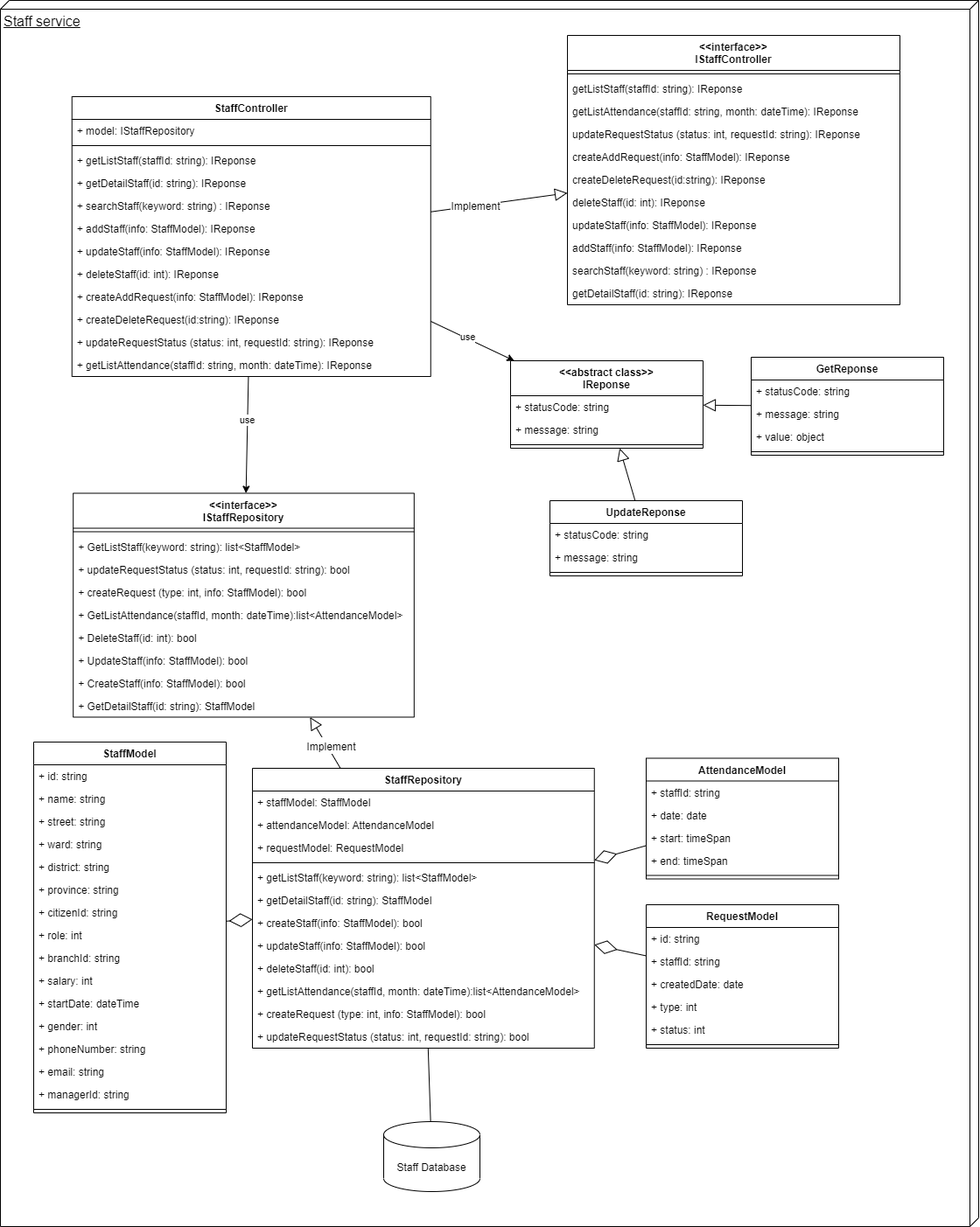
The draw.io diagram img/Architecture/service/StaffService.png in hienbui-iwrp/DACN_report, before a commit. Source tidied: cells renumbered, new cells last; positions are measured from the earlier drawing's top-left corner, leaving out a move shared by most shapes.
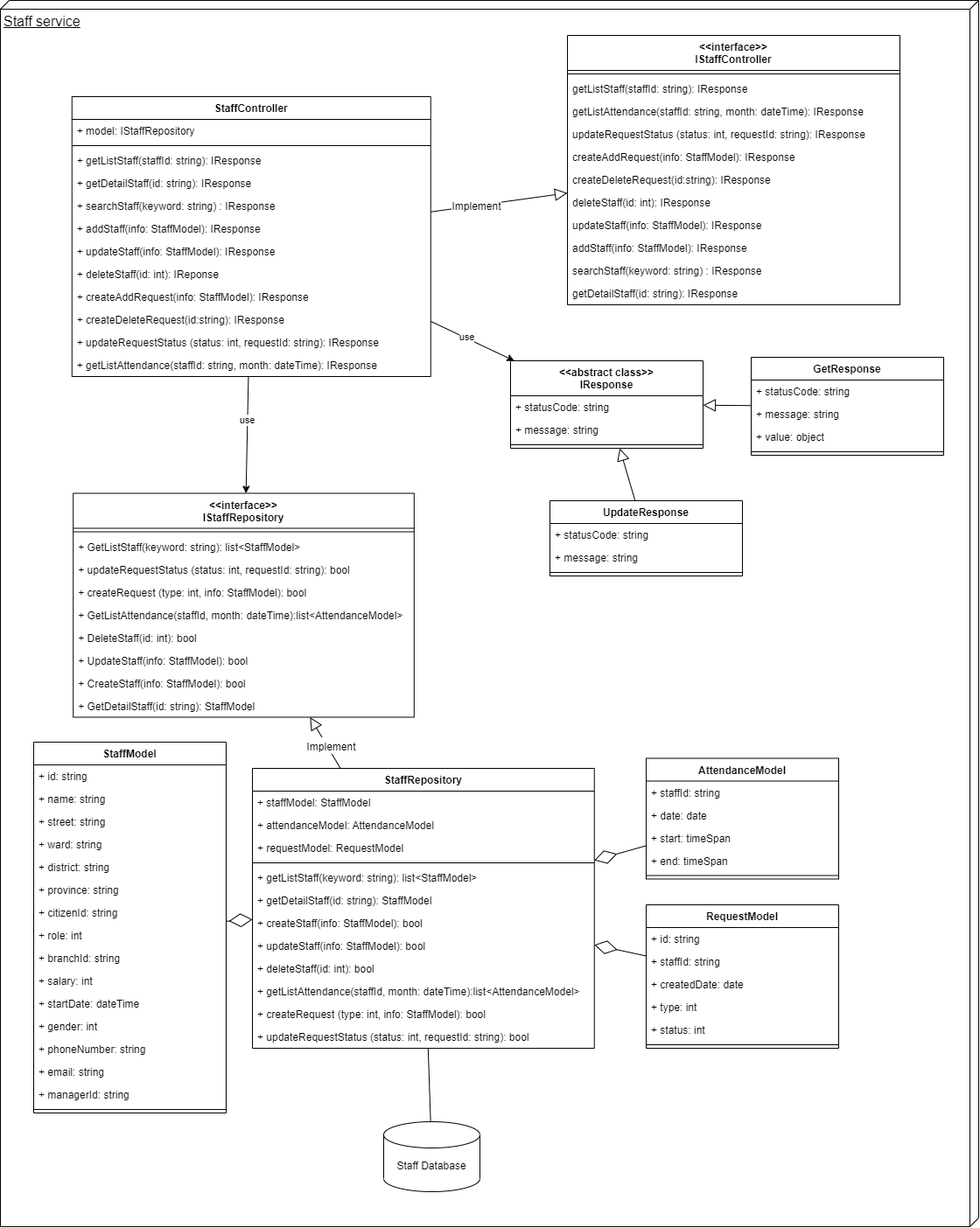
After the commit.

Commit message:
SAMPLE branch service

The edit, as a diff of the source:
```diff
@@ -26,34 +26,34 @@
     <mxCell id="9" style="line;strokeWidth=1;fillColor=none;align=left;verticalAlign=middle;spacingTop=-1;spacingLeft=3;spacingRight=3;labelPosition=right;strokeColor=inherit;" parent="7" vertex="1">
       <mxGeometry y="52" width="410" height="8" as="geometry" />
     </mxCell>
-    <mxCell id="10" value="+ getListStaff(staffId: string): IReponse" style="text;strokeColor=none;fillColor=none;align=left;verticalAlign=top;spacingLeft=4;spacingRight=4;overflow=hidden;" parent="7" vertex="1">
+    <mxCell id="10" value="+ getListStaff(staffId: string): IResponse" style="text;strokeColor=none;fillColor=none;align=left;verticalAlign=top;spacingLeft=4;spacingRight=4;overflow=hidden;" parent="7" vertex="1">
       <mxGeometry y="60" width="410" height="26" as="geometry" />
     </mxCell>
-    <mxCell id="11" value="+ getDetailStaff(id: string): IReponse" style="text;strokeColor=none;fillColor=none;align=left;verticalAlign=top;spacingLeft=4;spacingRight=4;overflow=hidden;" parent="7" vertex="1">
+    <mxCell id="11" value="+ getDetailStaff(id: string): IResponse" style="text;strokeColor=none;fillColor=none;align=left;verticalAlign=top;spacingLeft=4;spacingRight=4;overflow=hidden;" parent="7" vertex="1">
       <mxGeometry y="86" width="410" height="26" as="geometry" />
     </mxCell>
-    <mxCell id="12" value="+ searchStaff(keyword: string) : IReponse" style="text;strokeColor=none;fillColor=none;align=left;verticalAlign=top;spacingLeft=4;spacingRight=4;overflow=hidden;" parent="7" vertex="1">
+    <mxCell id="12" value="+ searchStaff(keyword: string) : IResponse" style="text;strokeColor=none;fillColor=none;align=left;verticalAlign=top;spacingLeft=4;spacingRight=4;overflow=hidden;" parent="7" vertex="1">
       <mxGeometry y="112" width="410" height="26" as="geometry" />
     </mxCell>
-    <mxCell id="13" value="+ addStaff(info: StaffModel): IReponse&#10;" style="text;strokeColor=none;fillColor=none;align=left;verticalAlign=top;spacingLeft=4;spacingRight=4;overflow=hidden;" parent="7" vertex="1">
+    <mxCell id="13" value="+ addStaff(info: StaffModel): IResponse&#10;" style="text;strokeColor=none;fillColor=none;align=left;verticalAlign=top;spacingLeft=4;spacingRight=4;overflow=hidden;" parent="7" vertex="1">
       <mxGeometry y="138" width="410" height="26" as="geometry" />
     </mxCell>
-    <mxCell id="14" value="+ updateStaff(info: StaffModel): IReponse" style="text;strokeColor=none;fillColor=none;align=left;verticalAlign=top;spacingLeft=4;spacingRight=4;overflow=hidden;" parent="7" vertex="1">
+    <mxCell id="14" value="+ updateStaff(info: StaffModel): IResponse" style="text;strokeColor=none;fillColor=none;align=left;verticalAlign=top;spacingLeft=4;spacingRight=4;overflow=hidden;" parent="7" vertex="1">
       <mxGeometry y="164" width="410" height="26" as="geometry" />
     </mxCell>
     <mxCell id="15" value="+ deleteStaff(id: int): IReponse" style="text;strokeColor=none;fillColor=none;align=left;verticalAlign=top;spacingLeft=4;spacingRight=4;overflow=hidden;" parent="7" vertex="1">
       <mxGeometry y="190" width="410" height="26" as="geometry" />
     </mxCell>
-    <mxCell id="16" value="+ createAddRequest(info: StaffModel): IReponse" style="text;strokeColor=none;fillColor=none;align=left;verticalAlign=top;spacingLeft=4;spacingRight=4;overflow=hidden;" parent="7" vertex="1">
+    <mxCell id="16" value="+ createAddRequest(info: StaffModel): IResponse" style="text;strokeColor=none;fillColor=none;align=left;verticalAlign=top;spacingLeft=4;spacingRight=4;overflow=hidden;" parent="7" vertex="1">
       <mxGeometry y="216" width="410" height="26" as="geometry" />
     </mxCell>
-    <mxCell id="17" value="+ createDeleteRequest(id:string): IReponse" style="text;strokeColor=none;fillColor=none;align=left;verticalAlign=top;spacingLeft=4;spacingRight=4;overflow=hidden;" parent="7" vertex="1">
+    <mxCell id="17" value="+ createDeleteRequest(id:string): IResponse" style="text;strokeColor=none;fillColor=none;align=left;verticalAlign=top;spacingLeft=4;spacingRight=4;overflow=hidden;" parent="7" vertex="1">
       <mxGeometry y="242" width="410" height="26" as="geometry" />
     </mxCell>
-    <mxCell id="18" value="+ updateRequestStatus (status: int, requestId: string): IReponse" style="text;strokeColor=none;fillColor=none;align=left;verticalAlign=top;spacingLeft=4;spacingRight=4;overflow=hidden;" parent="7" vertex="1">
+    <mxCell id="18" value="+ updateRequestStatus (status: int, requestId: string): IResponse" style="text;strokeColor=none;fillColor=none;align=left;verticalAlign=top;spacingLeft=4;spacingRight=4;overflow=hidden;" parent="7" vertex="1">
       <mxGeometry y="268" width="410" height="26" as="geometry" />
     </mxCell>
-    <mxCell id="19" value="+ getListAttendance(staffId: string, month: dateTime): IReponse" style="text;strokeColor=none;fillColor=none;align=left;verticalAlign=top;spacingLeft=4;spacingRight=4;overflow=hidden;" parent="7" vertex="1">
+    <mxCell id="19" value="+ getListAttendance(staffId: string, month: dateTime): IResponse" style="text;strokeColor=none;fillColor=none;align=left;verticalAlign=top;spacingLeft=4;spacingRight=4;overflow=hidden;" parent="7" vertex="1">
       <mxGeometry y="294" width="410" height="26" as="geometry" />
     </mxCell>
     <mxCell id="20" style="edgeStyle=none;rounded=0;jettySize=auto;html=1;fontSize=12;startArrow=none;startFill=0;endArrow=diamondThin;endFill=0;endSize=24;startSize=6;" parent="1" edge="1" source="48" target="21">
@@ -207,34 +207,34 @@
     <mxCell id="68" style="line;strokeWidth=1;fillColor=none;align=left;verticalAlign=middle;spacingTop=-1;spacingLeft=3;spacingRight=3;labelPosition=right;strokeColor=inherit;" parent="67" vertex="1">
       <mxGeometry y="40" width="380" height="8" as="geometry" />
     </mxCell>
-    <mxCell id="69" value="getListStaff(staffId: string): IReponse" style="text;strokeColor=none;fillColor=none;align=left;verticalAlign=top;spacingLeft=4;spacingRight=4;overflow=hidden;" parent="67" vertex="1">
+    <mxCell id="69" value="getListStaff(staffId: string): IResponse" style="text;strokeColor=none;fillColor=none;align=left;verticalAlign=top;spacingLeft=4;spacingRight=4;overflow=hidden;" parent="67" vertex="1">
       <mxGeometry y="48" width="380" height="26" as="geometry" />
     </mxCell>
-    <mxCell id="70" value="getListAttendance(staffId: string, month: dateTime): IReponse" style="text;strokeColor=none;fillColor=none;align=left;verticalAlign=top;spacingLeft=4;spacingRight=4;overflow=hidden;" parent="67" vertex="1">
+    <mxCell id="70" value="getListAttendance(staffId: string, month: dateTime): IResponse" style="text;strokeColor=none;fillColor=none;align=left;verticalAlign=top;spacingLeft=4;spacingRight=4;overflow=hidden;" parent="67" vertex="1">
       <mxGeometry y="74" width="380" height="26" as="geometry" />
     </mxCell>
-    <mxCell id="71" value="updateRequestStatus (status: int, requestId: string): IReponse" style="text;strokeColor=none;fillColor=none;align=left;verticalAlign=top;spacingLeft=4;spacingRight=4;overflow=hidden;" parent="67" vertex="1">
+    <mxCell id="71" value="updateRequestStatus (status: int, requestId: string): IResponse" style="text;strokeColor=none;fillColor=none;align=left;verticalAlign=top;spacingLeft=4;spacingRight=4;overflow=hidden;" parent="67" vertex="1">
       <mxGeometry y="100" width="380" height="26" as="geometry" />
     </mxCell>
-    <mxCell id="72" value="createAddRequest(info: StaffModel): IReponse" style="text;strokeColor=none;fillColor=none;align=left;verticalAlign=top;spacingLeft=4;spacingRight=4;overflow=hidden;" parent="67" vertex="1">
+    <mxCell id="72" value="createAddRequest(info: StaffModel): IResponse" style="text;strokeColor=none;fillColor=none;align=left;verticalAlign=top;spacingLeft=4;spacingRight=4;overflow=hidden;" parent="67" vertex="1">
       <mxGeometry y="126" width="380" height="26" as="geometry" />
     </mxCell>
-    <mxCell id="73" value="createDeleteRequest(id:string): IReponse" style="text;strokeColor=none;fillColor=none;align=left;verticalAlign=top;spacingLeft=4;spacingRight=4;overflow=hidden;" parent="67" vertex="1">
+    <mxCell id="73" value="createDeleteRequest(id:string): IResponse" style="text;strokeColor=none;fillColor=none;align=left;verticalAlign=top;spacingLeft=4;spacingRight=4;overflow=hidden;" parent="67" vertex="1">
       <mxGeometry y="152" width="380" height="26" as="geometry" />
     </mxCell>
-    <mxCell id="74" value="deleteStaff(id: int): IReponse" style="text;strokeColor=none;fillColor=none;align=left;verticalAlign=top;spacingLeft=4;spacingRight=4;overflow=hidden;" parent="67" vertex="1">
+    <mxCell id="74" value="deleteStaff(id: int): IResponse" style="text;strokeColor=none;fillColor=none;align=left;verticalAlign=top;spacingLeft=4;spacingRight=4;overflow=hidden;" parent="67" vertex="1">
       <mxGeometry y="178" width="380" height="26" as="geometry" />
     </mxCell>
-    <mxCell id="75" value="updateStaff(info: StaffModel): IReponse" style="text;strokeColor=none;fillColor=none;align=left;verticalAlign=top;spacingLeft=4;spacingRight=4;overflow=hidden;" parent="67" vertex="1">
+    <mxCell id="75" value="updateStaff(info: StaffModel): IResponse" style="text;strokeColor=none;fillColor=none;align=left;verticalAlign=top;spacingLeft=4;spacingRight=4;overflow=hidden;" parent="67" vertex="1">
       <mxGeometry y="204" width="380" height="26" as="geometry" />
     </mxCell>
-    <mxCell id="76" value="addStaff(info: StaffModel): IReponse&#10;" style="text;strokeColor=none;fillColor=none;align=left;verticalAlign=top;spacingLeft=4;spacingRight=4;overflow=hidden;" parent="67" vertex="1">
+    <mxCell id="76" value="addStaff(info: StaffModel): IResponse&#10;" style="text;strokeColor=none;fillColor=none;align=left;verticalAlign=top;spacingLeft=4;spacingRight=4;overflow=hidden;" parent="67" vertex="1">
       <mxGeometry y="230" width="380" height="26" as="geometry" />
     </mxCell>
-    <mxCell id="77" value="searchStaff(keyword: string) : IReponse" style="text;strokeColor=none;fillColor=none;align=left;verticalAlign=top;spacingLeft=4;spacingRight=4;overflow=hidden;" parent="67" vertex="1">
+    <mxCell id="77" value="searchStaff(keyword: string) : IResponse" style="text;strokeColor=none;fillColor=none;align=left;verticalAlign=top;spacingLeft=4;spacingRight=4;overflow=hidden;" parent="67" vertex="1">
       <mxGeometry y="256" width="380" height="26" as="geometry" />
     </mxCell>
-    <mxCell id="78" value="getDetailStaff(id: string): IReponse" style="text;strokeColor=none;fillColor=none;align=left;verticalAlign=top;spacingLeft=4;spacingRight=4;overflow=hidden;" parent="67" vertex="1">
+    <mxCell id="78" value="getDetailStaff(id: string): IResponse" style="text;strokeColor=none;fillColor=none;align=left;verticalAlign=top;spacingLeft=4;spacingRight=4;overflow=hidden;" parent="67" vertex="1">
       <mxGeometry y="282" width="380" height="26" as="geometry" />
     </mxCell>
     <mxCell id="79" value="AttendanceModel" style="swimlane;fontStyle=1;align=center;verticalAlign=top;horizontal=1;startSize=26;" parent="1" vertex="1">
@@ -282,7 +282,7 @@
     <mxCell id="93" style="edgeStyle=none;rounded=0;jettySize=auto;html=1;fontSize=12;startArrow=none;startFill=0;endArrow=diamondThin;endFill=0;endSize=24;startSize=6;" parent="1" edge="1" source="86" target="21">
       <mxGeometry relative="1" as="geometry" />
     </mxCell>
-    <mxCell id="94" value="&lt;&lt;abstract class&gt;&gt;&#10;IReponse" style="swimlane;fontStyle=1;align=center;verticalAlign=top;horizontal=1;startSize=40;" parent="1" vertex="1">
+    <mxCell id="94" value="&lt;&lt;abstract class&gt;&gt;&#10;IResponse" style="swimlane;fontStyle=1;align=center;verticalAlign=top;horizontal=1;startSize=40;" parent="1" vertex="1">
       <mxGeometry x="583" y="412" width="220" height="100" as="geometry" />
     </mxCell>
     <mxCell id="95" value="+ statusCode: string" style="text;strokeColor=none;fillColor=none;align=left;verticalAlign=top;spacingLeft=4;spacingRight=4;overflow=hidden;" parent="94" vertex="1">
@@ -294,7 +294,7 @@
     <mxCell id="97" style="line;strokeWidth=1;fillColor=none;align=left;verticalAlign=middle;spacingTop=-1;spacingLeft=3;spacingRight=3;labelPosition=right;strokeColor=inherit;" parent="94" vertex="1">
       <mxGeometry y="92" width="220" height="8" as="geometry" />
     </mxCell>
-    <mxCell id="98" value="UpdateReponse" style="swimlane;fontStyle=1;align=center;verticalAlign=top;horizontal=1;startSize=26;" parent="1" vertex="1">
+    <mxCell id="98" value="UpdateResponse" style="swimlane;fontStyle=1;align=center;verticalAlign=top;horizontal=1;startSize=26;" parent="1" vertex="1">
       <mxGeometry x="628" y="572" width="220" height="86" as="geometry" />
     </mxCell>
     <mxCell id="99" value="+ statusCode: string" style="text;strokeColor=none;fillColor=none;align=left;verticalAlign=top;spacingLeft=4;spacingRight=4;overflow=hidden;" parent="98" vertex="1">
@@ -306,7 +306,7 @@
     <mxCell id="101" style="line;strokeWidth=1;fillColor=none;align=left;verticalAlign=middle;spacingTop=-1;spacingLeft=3;spacingRight=3;labelPosition=right;strokeColor=inherit;" parent="98" vertex="1">
       <mxGeometry y="78" width="220" height="8" as="geometry" />
     </mxCell>
-    <mxCell id="102" value="GetReponse" style="swimlane;fontStyle=1;align=center;verticalAlign=top;horizontal=1;startSize=26;" parent="1" vertex="1">
+    <mxCell id="102" value="GetResponse" style="swimlane;fontStyle=1;align=center;verticalAlign=top;horizontal=1;startSize=26;" parent="1" vertex="1">
       <mxGeometry x="858" y="408" width="220" height="112" as="geometry" />
     </mxCell>
     <mxCell id="103" value="+ statusCode: string" style="text;strokeColor=none;fillColor=none;align=left;verticalAlign=top;spacingLeft=4;spacingRight=4;overflow=hidden;" parent="102" vertex="1">
```
